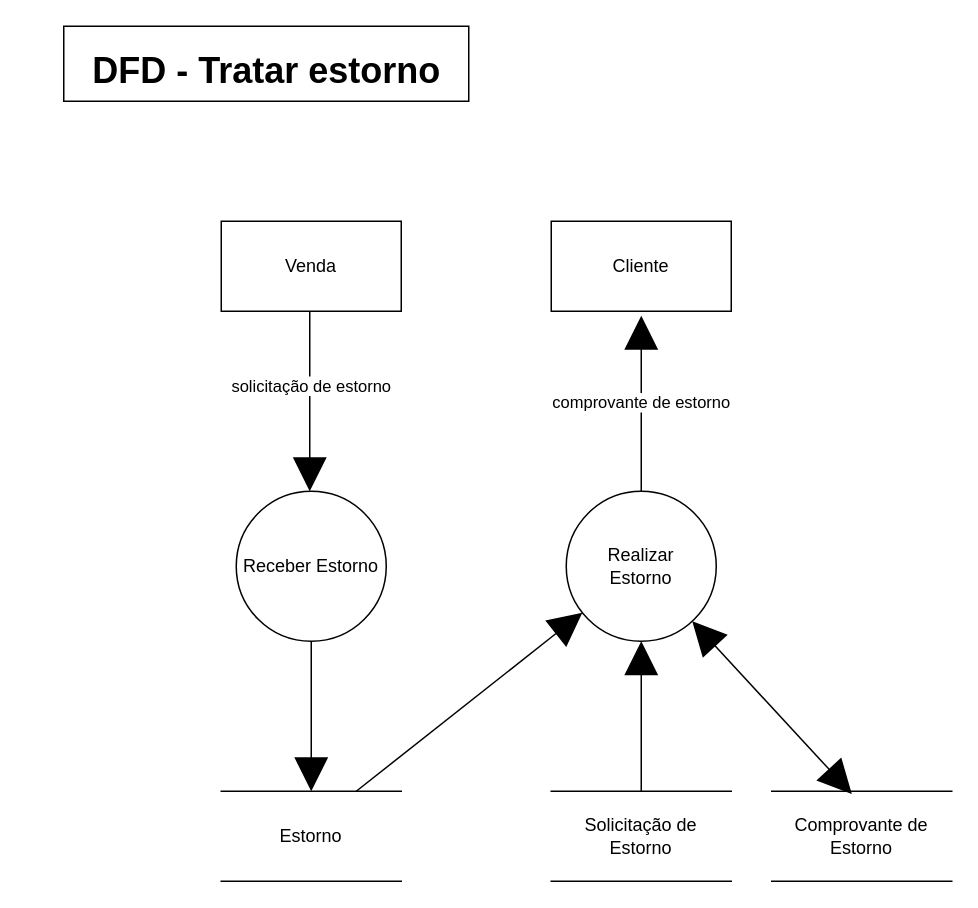
Systematicos/FindingApp keeps this draw.io diagram as Documentation/Arquivos Editaveis/DFD Tratar Estorno.drawio. Above is the earlier version. Source tidied: cells renumbered, new cells numbered last; positions are measured from the earlier drawing's top-left corner, leaving out a move shared by most shapes. Both pictures are drawn from the tidied source at 150%, with x=0, y=0 at pixel (26, 26).
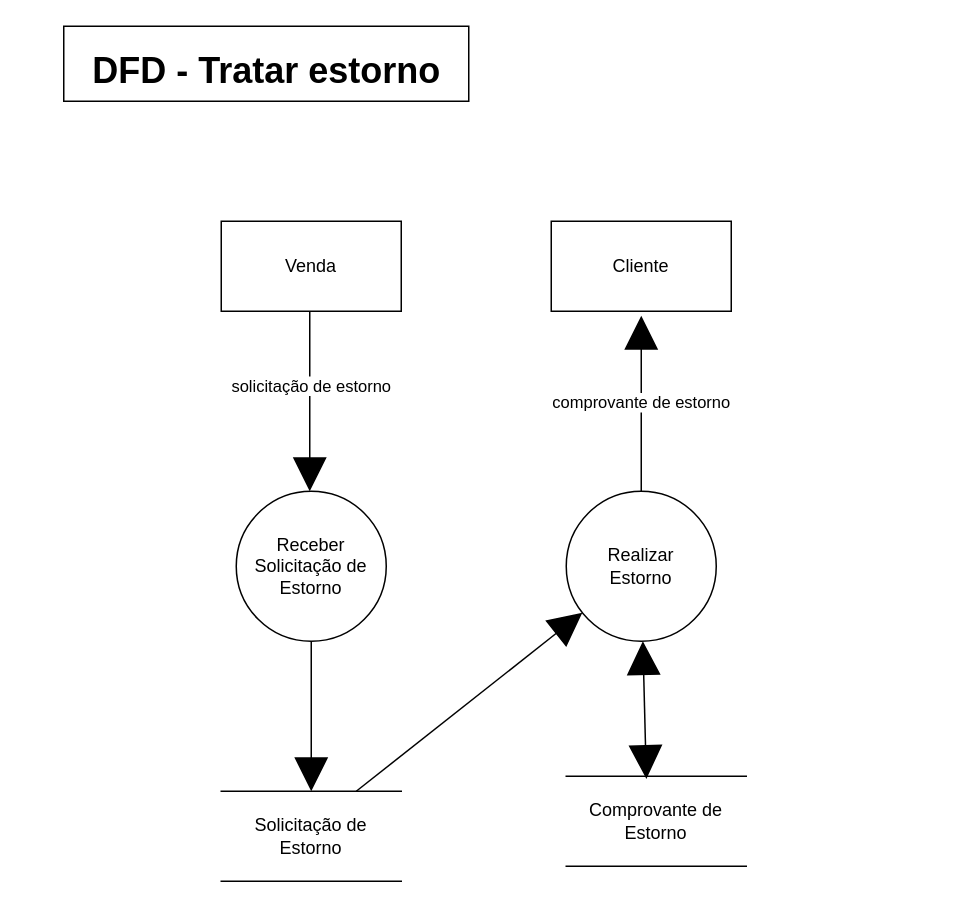
Above is the later version.

Unchanged cells that the change refers to:
```xml
<mxCell id="10" value="Realizar&lt;br&gt;Estorno" style="ellipse;whiteSpace=wrap;html=1;" parent="1" vertex="1">
  <mxGeometry x="360" y="310" width="100" height="100" as="geometry" />
</mxCell>
```

What changed in the source:
```diff
@@
-    <mxCell id="5" value="Solicitação de Estorno" style="shape=partialRectangle;whiteSpace=wrap;html=1;left=0;right=0;fillColor=none;" parent="1" vertex="1">
-      <mxGeometry x="350" y="510" width="120" height="60" as="geometry" />
-    </mxCell>
-    <mxCell id="6" style="edgeStyle=none;rounded=0;jettySize=auto;html=1;entryX=0.5;entryY=0;entryDx=0;entryDy=0;startArrow=block;startFill=1;startSize=20;endArrow=none;endFill=0;endSize=20;" parent="1" edge="1" source="10" target="5">
-      <mxGeometry relative="1" as="geometry" />
-    </mxCell>
@@
-    <mxCell id="12" value="&lt;span style=&quot;background-color: rgb(255 , 255 , 255)&quot;&gt;&lt;font style=&quot;font-size: 12px&quot;&gt;Receber Estorno&lt;/font&gt;&lt;/span&gt;" style="ellipse;whiteSpace=wrap;html=1;" parent="1" vertex="1">
+    <mxCell id="12" value="&lt;span style=&quot;background-color: rgb(255 , 255 , 255)&quot;&gt;&lt;font style=&quot;font-size: 12px&quot;&gt;Receber Solicitação de Estorno&lt;/font&gt;&lt;/span&gt;" style="ellipse;whiteSpace=wrap;html=1;" parent="1" vertex="1">
       <mxGeometry x="140" y="310" width="100" height="100" as="geometry" />
     </mxCell>
-    <mxCell id="13" value="Estorno" style="shape=partialRectangle;whiteSpace=wrap;html=1;left=0;right=0;fillColor=none;" parent="1" vertex="1">
+    <mxCell id="13" value="Solicitação de Estorno" style="shape=partialRectangle;whiteSpace=wrap;html=1;left=0;right=0;fillColor=none;" parent="1" vertex="1">
       <mxGeometry x="130" y="510" width="120" height="60" as="geometry" />
     </mxCell>
@@
     <mxCell id="17" value="Comprovante de Estorno" style="shape=partialRectangle;whiteSpace=wrap;html=1;left=0;right=0;fillColor=none;" parent="1" vertex="1">
-      <mxGeometry x="497" y="510" width="120" height="60" as="geometry" />
+      <mxGeometry x="360" y="500" width="120" height="60" as="geometry" />
     </mxCell>
```
